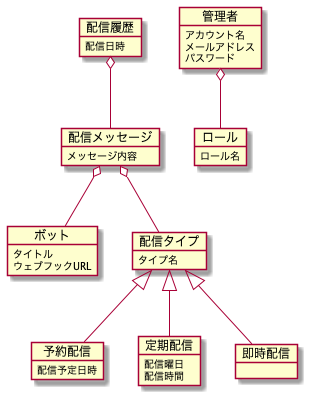
Earlier version of the PlantUML export diagram/analysis/model.png (takemo101/dc-scheduler).
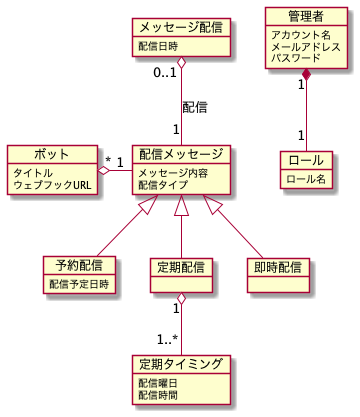
The same diagram one commit later.

What changed in the source:
```diff
@@ -6,38 +6,38 @@
 }
 object 配信メッセージ {
     メッセージ内容
-}
-object 配信タイプ {
-    タイプ名
+    配信タイプ
 }
 object 予約配信 {
     配信予定日時
 }
 object 定期配信 {
+}
+object 即時配信 {
+}
+object 定期タイミング {
     配信曜日
     配信時間
-}
-object 即時配信 {
 }
 object 管理者 {
     アカウント名
     メールアドレス
     パスワード
 }
-object 配信履歴 {
+object メッセージ配信 {
     配信日時
 }
 object ロール {
     ロール名
 }
 
-配信メッセージ o-- ボット
-配信メッセージ o-- 配信タイプ
-配信タイプ <|-- 即時配信
-配信タイプ <|-- 予約配信
-配信タイプ <|-- 定期配信
-配信履歴 o-- 配信メッセージ
+ボット "*" o- "1" 配信メッセージ
+配信メッセージ <|-- 即時配信
+配信メッセージ <|-- 予約配信
+配信メッセージ <|-- 定期配信
+定期配信 "1" o-- "1..*" 定期タイミング
+メッセージ配信 "0..1" o-- "1" 配信メッセージ : 配信
 
-管理者 o-- ロール
+管理者 "1" *-- "1" ロール
 
 @enduml
```
